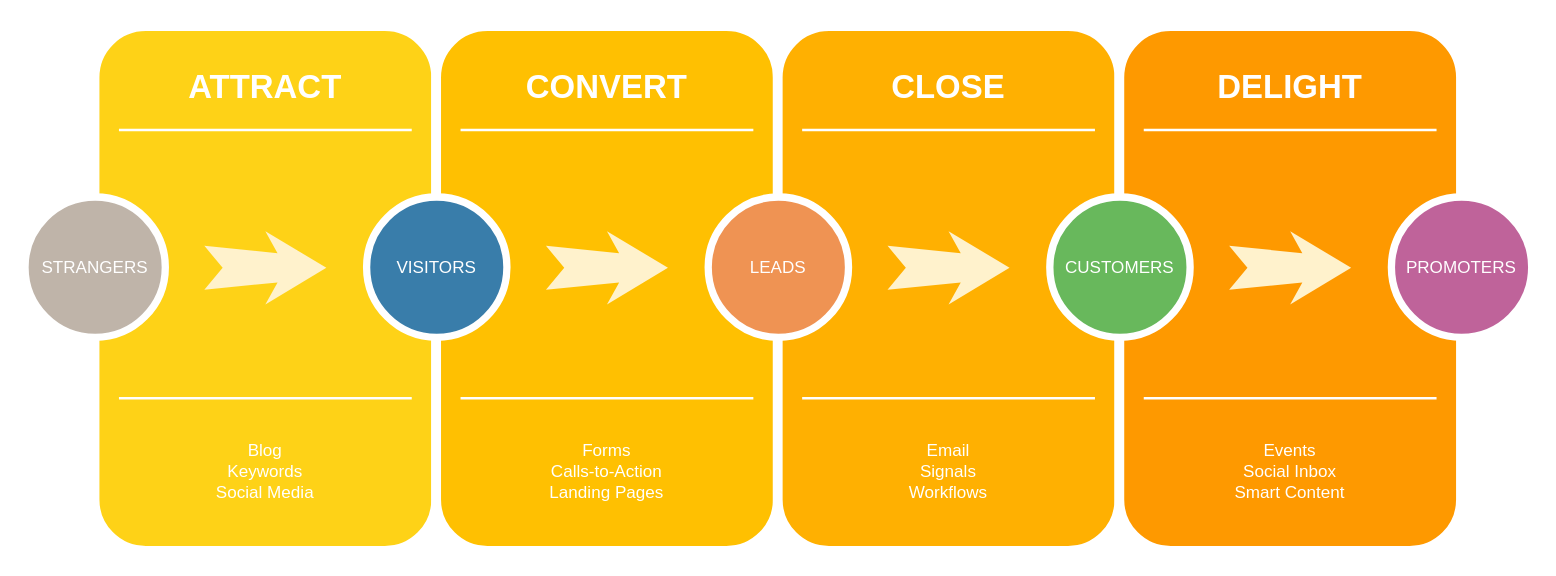
The draw.io diagram 软件供应链.drawio in wangjie66/app.diagrams.net, before the edit. Source tidied: cells renumbered, new cells numbered last; positions are measured from the earlier drawing's top-left corner, leaving out a move shared by most shapes. Both pictures are drawn from the tidied source at 122%, with x=0, y=0 at pixel (24, 26).
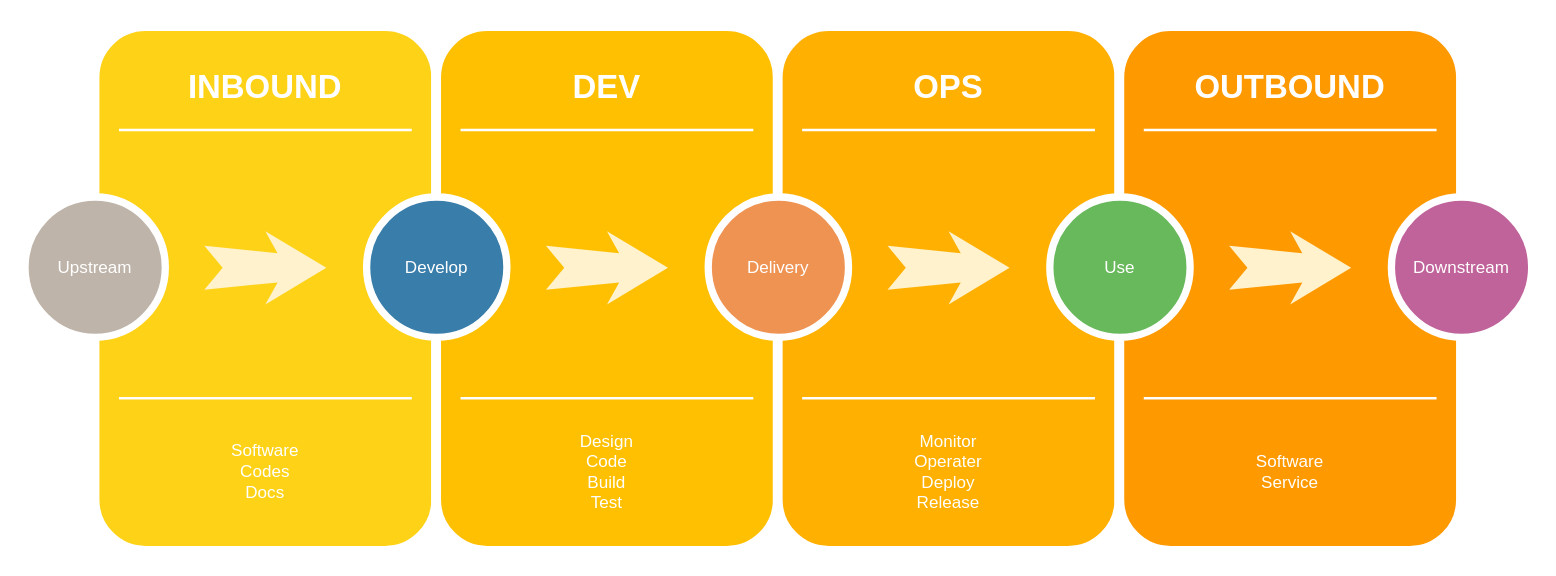
Above is the later version.

Commit message:
更新软件供应链.drawio

The edit, as a diff of the source:
```diff
@@
-    <mxCell id="3" value="ATTRACT" style="text;html=1;strokeColor=none;fillColor=none;align=center;verticalAlign=middle;whiteSpace=wrap;rounded=0;shadow=0;fontSize=27;fontColor=#FFFFFF;fontStyle=1;" parent="1" vertex="1">
+    <mxCell id="3" value="INBOUND" style="text;html=1;strokeColor=none;fillColor=none;align=center;verticalAlign=middle;whiteSpace=wrap;rounded=0;shadow=0;fontSize=27;fontColor=#FFFFFF;fontStyle=1;" parent="1" vertex="1">
       <mxGeometry x="57" y="20" width="280" height="60" as="geometry" />
     </mxCell>
-    <mxCell id="4" value="Blog&lt;div&gt;Keywords&lt;/div&gt;&lt;div&gt;Social Media&lt;/div&gt;" style="text;html=1;strokeColor=none;fillColor=none;align=center;verticalAlign=middle;whiteSpace=wrap;rounded=0;shadow=0;fontSize=14;fontColor=#FFFFFF;" parent="1" vertex="1">
+    <mxCell id="4" value="Software&lt;div&gt;Codes&lt;/div&gt;&lt;div&gt;Docs&lt;/div&gt;" style="text;html=1;strokeColor=none;fillColor=none;align=center;verticalAlign=middle;whiteSpace=wrap;rounded=0;shadow=0;fontSize=14;fontColor=#FFFFFF;" parent="1" vertex="1">
       <mxGeometry x="57" y="320" width="280" height="90" as="geometry" />
     </mxCell>
@@
-    <mxCell id="7" value="STRANGERS" style="ellipse;whiteSpace=wrap;html=1;rounded=0;shadow=0;strokeWidth=6;fontSize=14;align=center;fillColor=#BFB4A9;strokeColor=#FFFFFF;fontColor=#FFFFFF;" parent="1" vertex="1">
+    <mxCell id="7" value="Upstream" style="ellipse;whiteSpace=wrap;html=1;rounded=0;shadow=0;strokeWidth=6;fontSize=14;align=center;fillColor=#BFB4A9;strokeColor=#FFFFFF;fontColor=#FFFFFF;" parent="1" vertex="1">
       <mxGeometry y="140" width="115" height="115" as="geometry" />
     </mxCell>
@@
-    <mxCell id="10" value="CONVERT" style="text;html=1;strokeColor=none;fillColor=none;align=center;verticalAlign=middle;whiteSpace=wrap;rounded=0;shadow=0;fontSize=27;fontColor=#FFFFFF;fontStyle=1;" parent="1" vertex="1">
+    <mxCell id="10" value="DEV" style="text;html=1;strokeColor=none;fillColor=none;align=center;verticalAlign=middle;whiteSpace=wrap;rounded=0;shadow=0;fontSize=27;fontColor=#FFFFFF;fontStyle=1;" parent="1" vertex="1">
       <mxGeometry x="337" y="20" width="280" height="60" as="geometry" />
     </mxCell>
-    <mxCell id="11" value="Forms&lt;div&gt;Calls-to-Action&lt;/div&gt;&lt;div&gt;Landing Pages&lt;/div&gt;" style="text;html=1;strokeColor=none;fillColor=none;align=center;verticalAlign=middle;whiteSpace=wrap;rounded=0;shadow=0;fontSize=14;fontColor=#FFFFFF;" parent="1" vertex="1">
+    <mxCell id="11" value="Design&lt;div&gt;Code&lt;/div&gt;&lt;div&gt;Build&lt;/div&gt;&lt;div&gt;Test&lt;/div&gt;" style="text;html=1;strokeColor=none;fillColor=none;align=center;verticalAlign=middle;whiteSpace=wrap;rounded=0;shadow=0;fontSize=14;fontColor=#FFFFFF;" parent="1" vertex="1">
       <mxGeometry x="337" y="320" width="280" height="90" as="geometry" />
     </mxCell>
@@
-    <mxCell id="14" value="VISITORS" style="ellipse;whiteSpace=wrap;html=1;rounded=0;shadow=0;strokeWidth=6;fontSize=14;align=center;fillColor=#397DAA;strokeColor=#FFFFFF;fontColor=#FFFFFF;" parent="1" vertex="1">
+    <mxCell id="14" value="Develop" style="ellipse;whiteSpace=wrap;html=1;rounded=0;shadow=0;strokeWidth=6;fontSize=14;align=center;fillColor=#397DAA;strokeColor=#FFFFFF;fontColor=#FFFFFF;" parent="1" vertex="1">
       <mxGeometry x="280" y="140" width="115" height="115" as="geometry" />
     </mxCell>
@@
-    <mxCell id="17" value="CLOSE" style="text;html=1;strokeColor=none;fillColor=none;align=center;verticalAlign=middle;whiteSpace=wrap;rounded=0;shadow=0;fontSize=27;fontColor=#FFFFFF;fontStyle=1;" parent="1" vertex="1">
+    <mxCell id="17" value="OPS" style="text;html=1;strokeColor=none;fillColor=none;align=center;verticalAlign=middle;whiteSpace=wrap;rounded=0;shadow=0;fontSize=27;fontColor=#FFFFFF;fontStyle=1;" parent="1" vertex="1">
       <mxGeometry x="617" y="20" width="280" height="60" as="geometry" />
     </mxCell>
-    <mxCell id="18" value="Email&lt;div&gt;Signals&lt;/div&gt;&lt;div&gt;Workflows&lt;/div&gt;" style="text;html=1;strokeColor=none;fillColor=none;align=center;verticalAlign=middle;whiteSpace=wrap;rounded=0;shadow=0;fontSize=14;fontColor=#FFFFFF;" parent="1" vertex="1">
+    <mxCell id="18" value="Monitor&lt;div&gt;Operater&lt;/div&gt;&lt;div&gt;Deploy&lt;/div&gt;&lt;div&gt;Release&lt;/div&gt;" style="text;html=1;strokeColor=none;fillColor=none;align=center;verticalAlign=middle;whiteSpace=wrap;rounded=0;shadow=0;fontSize=14;fontColor=#FFFFFF;" parent="1" vertex="1">
       <mxGeometry x="617" y="320" width="280" height="90" as="geometry" />
     </mxCell>
@@
-    <mxCell id="21" value="LEADS" style="ellipse;whiteSpace=wrap;html=1;rounded=0;shadow=0;strokeWidth=6;fontSize=14;align=center;fillColor=#EF9353;strokeColor=#FFFFFF;fontColor=#FFFFFF;" parent="1" vertex="1">
+    <mxCell id="21" value="Delivery" style="ellipse;whiteSpace=wrap;html=1;rounded=0;shadow=0;strokeWidth=6;fontSize=14;align=center;fillColor=#EF9353;strokeColor=#FFFFFF;fontColor=#FFFFFF;" parent="1" vertex="1">
       <mxGeometry x="560" y="140" width="115" height="115" as="geometry" />
     </mxCell>
@@
-    <mxCell id="24" value="DELIGHT" style="text;html=1;strokeColor=none;fillColor=none;align=center;verticalAlign=middle;whiteSpace=wrap;rounded=0;shadow=0;fontSize=27;fontColor=#FFFFFF;fontStyle=1;" parent="1" vertex="1">
+    <mxCell id="24" value="OUTBOUND" style="text;html=1;strokeColor=none;fillColor=none;align=center;verticalAlign=middle;whiteSpace=wrap;rounded=0;shadow=0;fontSize=27;fontColor=#FFFFFF;fontStyle=1;" parent="1" vertex="1">
       <mxGeometry x="897" y="20" width="280" height="60" as="geometry" />
     </mxCell>
-    <mxCell id="25" value="Events&lt;div&gt;Social Inbox&lt;/div&gt;&lt;div&gt;Smart Content&lt;/div&gt;" style="text;html=1;strokeColor=none;fillColor=none;align=center;verticalAlign=middle;whiteSpace=wrap;rounded=0;shadow=0;fontSize=14;fontColor=#FFFFFF;" parent="1" vertex="1">
+    <mxCell id="25" value="Software&lt;div&gt;Service&lt;/div&gt;" style="text;html=1;strokeColor=none;fillColor=none;align=center;verticalAlign=middle;whiteSpace=wrap;rounded=0;shadow=0;fontSize=14;fontColor=#FFFFFF;" parent="1" vertex="1">
       <mxGeometry x="897" y="320" width="280" height="90" as="geometry" />
     </mxCell>
@@
-    <mxCell id="28" value="CUSTOMERS" style="ellipse;whiteSpace=wrap;html=1;rounded=0;shadow=0;strokeWidth=6;fontSize=14;align=center;fillColor=#68B85C;strokeColor=#FFFFFF;fontColor=#FFFFFF;" parent="1" vertex="1">
+    <mxCell id="28" value="Use" style="ellipse;whiteSpace=wrap;html=1;rounded=0;shadow=0;strokeWidth=6;fontSize=14;align=center;fillColor=#68B85C;strokeColor=#FFFFFF;fontColor=#FFFFFF;" parent="1" vertex="1">
       <mxGeometry x="840" y="140" width="115" height="115" as="geometry" />
     </mxCell>
@@
-    <mxCell id="30" value="PROMOTERS" style="ellipse;whiteSpace=wrap;html=1;rounded=0;shadow=0;strokeWidth=6;fontSize=14;align=center;fillColor=#BF639A;strokeColor=#FFFFFF;fontColor=#FFFFFF;" parent="1" vertex="1">
+    <mxCell id="30" value="Downstream" style="ellipse;whiteSpace=wrap;html=1;rounded=0;shadow=0;strokeWidth=6;fontSize=14;align=center;fillColor=#BF639A;strokeColor=#FFFFFF;fontColor=#FFFFFF;" parent="1" vertex="1">
       <mxGeometry x="1120" y="140" width="115" height="115" as="geometry" />
     </mxCell>
```
